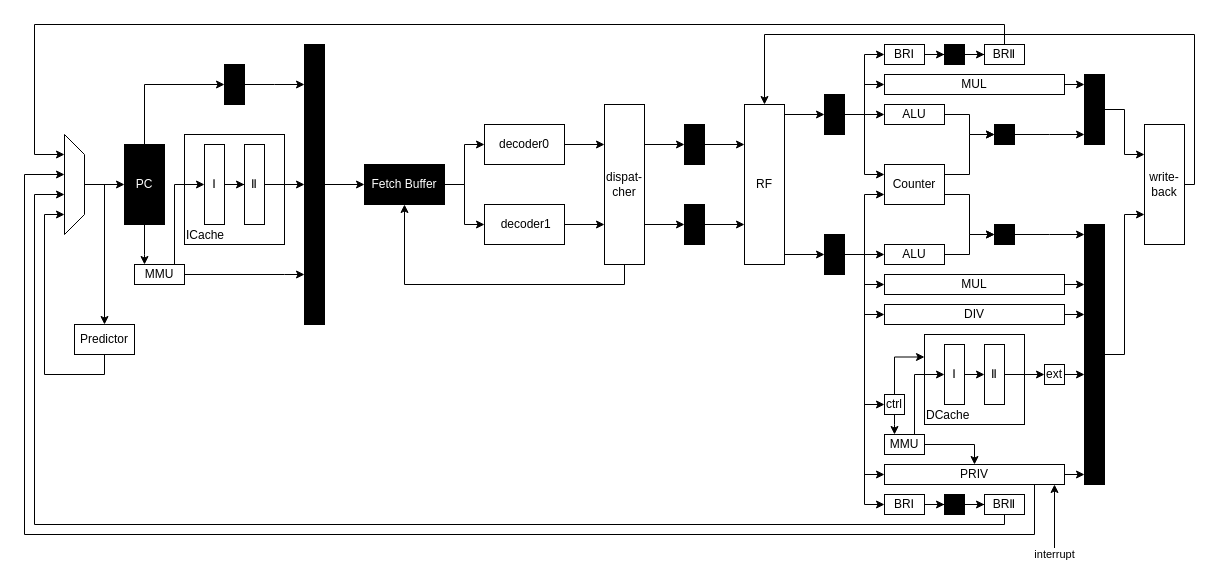
Earlier version of the draw.io diagram 未命名绘图4.drawio (caochenrui/Draw.io). Source tidied: cells renumbered, new cells numbered last; positions are measured from the earlier drawing's top-left corner, leaving out a move shared by most shapes. Both pictures are drawn from the tidied source at 100%, with x=0, y=0 at pixel (24, 24).
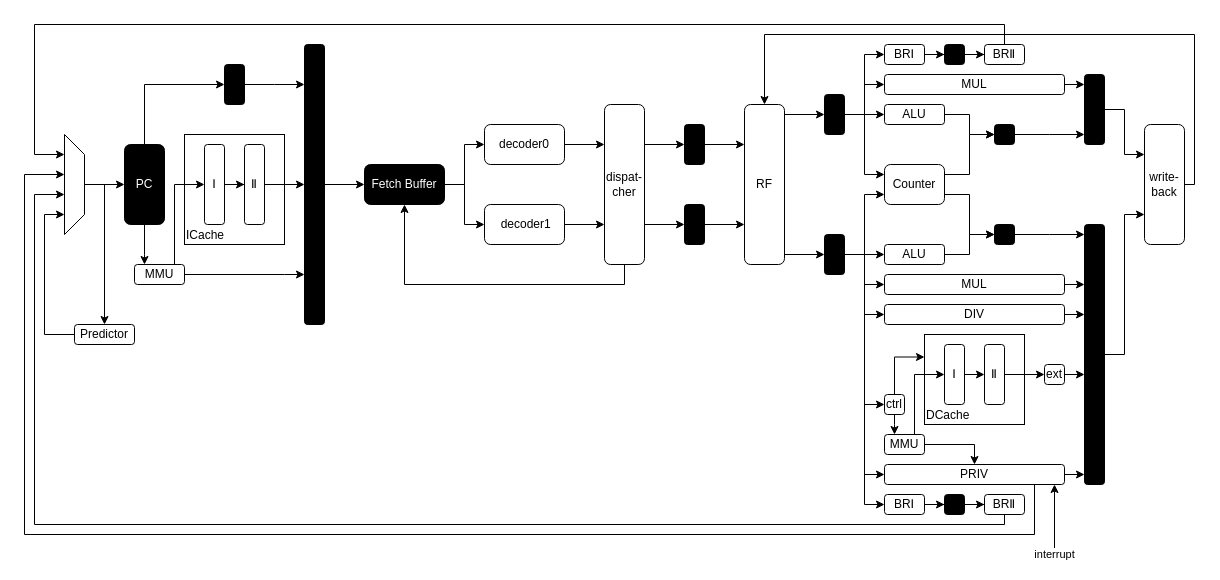
Above is the later version.

Commit message:
更新未命名绘图4.drawio

Change to the diagram source:
```diff
@@
-    <mxCell id="4" value="PC" style="rounded=0;whiteSpace=wrap;html=1;fillColor=#000000;fontColor=#FFFFFF;" parent="1" vertex="1">
+    <mxCell id="4" value="PC" style="rounded=1;whiteSpace=wrap;html=1;fillColor=#000000;fontColor=#FFFFFF;direction=east;glass=0;shadow=0;" parent="1" vertex="1">
       <mxGeometry x="100" y="120" width="40" height="80" as="geometry" />
     </mxCell>
@@
-    <mxCell id="7" value="Ⅰ" style="whiteSpace=wrap;html=1;fillColor=default;fontColor=default;rounded=0;" parent="1" vertex="1">
+    <mxCell id="7" value="Ⅰ" style="whiteSpace=wrap;html=1;fillColor=default;fontColor=default;rounded=1;" parent="1" vertex="1">
       <mxGeometry x="180" y="120" width="20" height="80" as="geometry" />
     </mxCell>
@@
-    <mxCell id="9" value="Ⅱ" style="whiteSpace=wrap;html=1;fillColor=default;fontColor=default;rounded=0;" parent="1" vertex="1">
+    <mxCell id="9" value="Ⅱ" style="whiteSpace=wrap;html=1;fillColor=default;fontColor=default;rounded=1;" parent="1" vertex="1">
       <mxGeometry x="220" y="120" width="20" height="80" as="geometry" />
     </mxCell>
@@
-    <mxCell id="11" style="whiteSpace=wrap;html=1;fillColor=#000000;fontColor=default;rounded=0;" parent="1" vertex="1">
+    <mxCell id="11" style="whiteSpace=wrap;html=1;fillColor=#000000;fontColor=default;rounded=1;" parent="1" vertex="1">
       <mxGeometry x="280" y="20" width="20" height="280" as="geometry" />
     </mxCell>
@@
-    <mxCell id="14" value="Fetch Buffer" style="whiteSpace=wrap;html=1;fillColor=#000000;rounded=0;fontColor=#FFFFFF;" parent="1" vertex="1">
+    <mxCell id="14" value="Fetch Buffer" style="whiteSpace=wrap;html=1;fillColor=#000000;rounded=1;fontColor=#FFFFFF;" parent="1" vertex="1">
       <mxGeometry x="340" y="140" width="80" height="40" as="geometry" />
     </mxCell>
@@
-    <mxCell id="16" value="decoder0" style="rounded=0;whiteSpace=wrap;html=1;" parent="1" vertex="1">
+    <mxCell id="16" value="decoder0" style="rounded=1;whiteSpace=wrap;html=1;" parent="1" vertex="1">
       <mxGeometry x="460" y="100" width="80" height="40" as="geometry" />
     </mxCell>
@@
-    <mxCell id="18" value="&amp;nbsp;decoder1" style="rounded=0;whiteSpace=wrap;html=1;" parent="1" vertex="1">
+    <mxCell id="18" value="&amp;nbsp;decoder1" style="rounded=1;whiteSpace=wrap;html=1;" parent="1" vertex="1">
       <mxGeometry x="460" y="180" width="80" height="40" as="geometry" />
     </mxCell>
@@
-    <mxCell id="22" value="dispat-&lt;br&gt;cher" style="whiteSpace=wrap;html=1;rounded=0;labelPosition=center;verticalLabelPosition=middle;align=center;verticalAlign=middle;" parent="1" vertex="1">
+    <mxCell id="22" value="dispat-&lt;br&gt;cher" style="whiteSpace=wrap;html=1;rounded=1;labelPosition=center;verticalLabelPosition=middle;align=center;verticalAlign=middle;" parent="1" vertex="1">
       <mxGeometry x="580" y="80" width="40" height="160" as="geometry" />
     </mxCell>
@@
-    <mxCell id="24" style="whiteSpace=wrap;html=1;fillColor=#000000;fontColor=default;rounded=0;" parent="1" vertex="1">
+    <mxCell id="24" style="whiteSpace=wrap;html=1;fillColor=#000000;fontColor=default;rounded=1;" parent="1" vertex="1">
       <mxGeometry x="660" y="100" width="20" height="40" as="geometry" />
     </mxCell>
@@
-    <mxCell id="26" style="whiteSpace=wrap;html=1;fillColor=#000000;fontColor=default;rounded=0;" parent="1" vertex="1">
+    <mxCell id="26" style="whiteSpace=wrap;html=1;fillColor=#000000;fontColor=default;rounded=1;" parent="1" vertex="1">
       <mxGeometry x="660" y="180" width="20" height="40" as="geometry" />
     </mxCell>
@@
-    <mxCell id="29" value="RF" style="rounded=0;whiteSpace=wrap;html=1;" parent="1" vertex="1">
+    <mxCell id="29" value="RF" style="rounded=1;whiteSpace=wrap;html=1;" parent="1" vertex="1">
       <mxGeometry x="720" y="80" width="40" height="160" as="geometry" />
     </mxCell>
@@
-    <mxCell id="34" style="whiteSpace=wrap;html=1;fillColor=#000000;fontColor=default;rounded=0;" parent="1" vertex="1">
+    <mxCell id="34" style="whiteSpace=wrap;html=1;fillColor=#000000;fontColor=default;rounded=1;" parent="1" vertex="1">
       <mxGeometry x="800" y="70" width="20" height="40" as="geometry" />
     </mxCell>
@@
-    <mxCell id="42" style="whiteSpace=wrap;html=1;fillColor=#000000;fontColor=default;rounded=0;" parent="1" vertex="1">
+    <mxCell id="42" style="whiteSpace=wrap;html=1;fillColor=#000000;fontColor=default;rounded=1;" parent="1" vertex="1">
       <mxGeometry x="800" y="210" width="20" height="40" as="geometry" />
     </mxCell>
@@
-    <mxCell id="44" value="ALU" style="rounded=0;whiteSpace=wrap;html=1;" parent="1" vertex="1">
+    <mxCell id="44" value="ALU" style="rounded=1;whiteSpace=wrap;html=1;" parent="1" vertex="1">
       <mxGeometry x="860" y="80" width="60" height="20" as="geometry" />
     </mxCell>
@@
-    <mxCell id="46" value="BRⅠ" style="rounded=0;whiteSpace=wrap;html=1;" parent="1" vertex="1">
+    <mxCell id="46" value="BRⅠ" style="rounded=1;whiteSpace=wrap;html=1;" parent="1" vertex="1">
       <mxGeometry x="860" y="20" width="40" height="20" as="geometry" />
     </mxCell>
@@
-    <mxCell id="48" style="whiteSpace=wrap;html=1;fillColor=#000000;fontColor=default;rounded=0;" parent="1" vertex="1">
+    <mxCell id="48" style="whiteSpace=wrap;html=1;fillColor=#000000;fontColor=default;rounded=1;" parent="1" vertex="1">
       <mxGeometry x="970" y="100" width="20" height="20" as="geometry" />
     </mxCell>
@@
-    <mxCell id="50" style="whiteSpace=wrap;html=1;fillColor=#000000;fontColor=default;rounded=0;" parent="1" vertex="1">
+    <mxCell id="50" style="whiteSpace=wrap;html=1;fillColor=#000000;fontColor=default;rounded=1;" parent="1" vertex="1">
       <mxGeometry x="920" y="20" width="20" height="20" as="geometry" />
     </mxCell>
@@
-    <mxCell id="52" value="MUL" style="rounded=0;whiteSpace=wrap;html=1;" parent="1" vertex="1">
+    <mxCell id="52" value="MUL" style="rounded=1;whiteSpace=wrap;html=1;" parent="1" vertex="1">
       <mxGeometry x="860" y="50" width="180" height="20" as="geometry" />
     </mxCell>
@@
-    <mxCell id="54" value="BRⅡ" style="rounded=0;whiteSpace=wrap;html=1;" parent="1" vertex="1">
+    <mxCell id="54" value="BRⅡ" style="rounded=1;whiteSpace=wrap;html=1;" parent="1" vertex="1">
       <mxGeometry x="960" y="20" width="40" height="20" as="geometry" />
     </mxCell>
@@
-    <mxCell id="56" style="whiteSpace=wrap;html=1;fillColor=#000000;fontColor=default;rounded=0;" parent="1" vertex="1">
+    <mxCell id="56" style="whiteSpace=wrap;html=1;fillColor=#000000;fontColor=default;rounded=1;" parent="1" vertex="1">
       <mxGeometry x="1060" y="50" width="20" height="70" as="geometry" />
     </mxCell>
@@
-    <mxCell id="58" value="BRⅠ" style="rounded=0;whiteSpace=wrap;html=1;" parent="1" vertex="1">
+    <mxCell id="58" value="BRⅠ" style="rounded=1;whiteSpace=wrap;html=1;" parent="1" vertex="1">
       <mxGeometry x="860" y="470" width="40" height="20" as="geometry" />
     </mxCell>
@@
-    <mxCell id="60" style="whiteSpace=wrap;html=1;fillColor=#000000;fontColor=default;rounded=0;" parent="1" vertex="1">
+    <mxCell id="60" style="whiteSpace=wrap;html=1;fillColor=#000000;fontColor=default;rounded=1;" parent="1" vertex="1">
       <mxGeometry x="920" y="470" width="20" height="20" as="geometry" />
     </mxCell>
@@
-    <mxCell id="62" value="BRⅡ" style="rounded=0;whiteSpace=wrap;html=1;" parent="1" vertex="1">
+    <mxCell id="62" value="BRⅡ" style="rounded=1;whiteSpace=wrap;html=1;" parent="1" vertex="1">
       <mxGeometry x="960" y="470" width="40" height="20" as="geometry" />
     </mxCell>
@@
-    <mxCell id="64" value="MUL" style="rounded=0;whiteSpace=wrap;html=1;" parent="1" vertex="1">
+    <mxCell id="64" value="MUL" style="rounded=1;whiteSpace=wrap;html=1;" parent="1" vertex="1">
       <mxGeometry x="860" y="250" width="180" height="20" as="geometry" />
     </mxCell>
@@
-    <mxCell id="66" value="DIV" style="rounded=0;whiteSpace=wrap;html=1;" parent="1" vertex="1">
+    <mxCell id="66" value="DIV" style="rounded=1;whiteSpace=wrap;html=1;" parent="1" vertex="1">
       <mxGeometry x="860" y="280" width="180" height="20" as="geometry" />
     </mxCell>
@@
-    <mxCell id="69" value="PRIV" style="rounded=0;whiteSpace=wrap;html=1;" parent="1" vertex="1">
+    <mxCell id="69" value="PRIV" style="rounded=1;whiteSpace=wrap;html=1;" parent="1" vertex="1">
       <mxGeometry x="860" y="440" width="180" height="20" as="geometry" />
     </mxCell>
@@
-    <mxCell id="71" value="ALU" style="rounded=0;whiteSpace=wrap;html=1;" parent="1" vertex="1">
+    <mxCell id="71" value="ALU" style="rounded=1;whiteSpace=wrap;html=1;" parent="1" vertex="1">
       <mxGeometry x="860" y="220" width="60" height="20" as="geometry" />
     </mxCell>
@@
-    <mxCell id="73" style="whiteSpace=wrap;html=1;fillColor=#000000;fontColor=default;rounded=0;" parent="1" vertex="1">
+    <mxCell id="73" style="whiteSpace=wrap;html=1;fillColor=#000000;fontColor=default;rounded=1;" parent="1" vertex="1">
       <mxGeometry x="970" y="200" width="20" height="20" as="geometry" />
     </mxCell>
@@
-    <mxCell id="75" style="whiteSpace=wrap;html=1;fillColor=#000000;fontColor=default;rounded=0;" parent="1" vertex="1">
+    <mxCell id="75" style="whiteSpace=wrap;html=1;fillColor=#000000;fontColor=default;rounded=1;" parent="1" vertex="1">
       <mxGeometry x="1060" y="200" width="20" height="260" as="geometry" />
     </mxCell>
@@
-    <mxCell id="78" value="Counter" style="rounded=0;whiteSpace=wrap;html=1;" parent="1" vertex="1">
+    <mxCell id="78" value="Counter" style="rounded=1;whiteSpace=wrap;html=1;" parent="1" vertex="1">
       <mxGeometry x="860" y="140" width="60" height="40" as="geometry" />
     </mxCell>
@@
-    <mxCell id="82" value="MMU" style="rounded=0;whiteSpace=wrap;html=1;" parent="1" vertex="1">
+    <mxCell id="82" value="MMU" style="rounded=1;whiteSpace=wrap;html=1;" parent="1" vertex="1">
       <mxGeometry x="860" y="410" width="40" height="20" as="geometry" />
     </mxCell>
@@
-    <mxCell id="85" value="ctrl" style="rounded=0;whiteSpace=wrap;html=1;labelPosition=center;verticalLabelPosition=middle;align=center;verticalAlign=middle;" parent="1" vertex="1">
+    <mxCell id="85" value="ctrl" style="rounded=1;whiteSpace=wrap;html=1;labelPosition=center;verticalLabelPosition=middle;align=center;verticalAlign=middle;" parent="1" vertex="1">
       <mxGeometry x="860" y="370" width="20" height="20" as="geometry" />
     </mxCell>
@@
-    <mxCell id="87" style="rounded=0;whiteSpace=wrap;html=1;fillColor=#000000;" parent="1" vertex="1">
+    <mxCell id="87" style="rounded=1;whiteSpace=wrap;html=1;fillColor=#000000;" parent="1" vertex="1">
       <mxGeometry x="200" y="40" width="20" height="40" as="geometry" />
     </mxCell>
@@
-    <mxCell id="89" value="ext" style="rounded=0;whiteSpace=wrap;html=1;labelPosition=center;verticalLabelPosition=middle;align=center;verticalAlign=middle;" parent="1" vertex="1">
+    <mxCell id="89" value="ext" style="rounded=1;whiteSpace=wrap;html=1;labelPosition=center;verticalLabelPosition=middle;align=center;verticalAlign=middle;" parent="1" vertex="1">
       <mxGeometry x="1020" y="340" width="20" height="20" as="geometry" />
     </mxCell>
@@
-    <mxCell id="92" value="MMU" style="rounded=0;whiteSpace=wrap;html=1;" parent="1" vertex="1">
+    <mxCell id="92" value="MMU" style="rounded=1;whiteSpace=wrap;html=1;" parent="1" vertex="1">
       <mxGeometry x="110" y="240" width="50" height="20" as="geometry" />
     </mxCell>
@@
-    <mxCell id="94" value="Ⅰ" style="rounded=0;whiteSpace=wrap;html=1;" parent="1" vertex="1">
+    <mxCell id="94" value="Ⅰ" style="rounded=1;whiteSpace=wrap;html=1;" parent="1" vertex="1">
       <mxGeometry x="920" y="320" width="20" height="60" as="geometry" />
     </mxCell>
@@
-    <mxCell id="96" value="Ⅱ" style="rounded=0;whiteSpace=wrap;html=1;" parent="1" vertex="1">
+    <mxCell id="96" value="Ⅱ" style="rounded=1;whiteSpace=wrap;html=1;" parent="1" vertex="1">
       <mxGeometry x="960" y="320" width="20" height="60" as="geometry" />
     </mxCell>
@@
-    <mxCell id="98" value="write-&lt;br&gt;back" style="rounded=0;whiteSpace=wrap;html=1;" parent="1" vertex="1">
+    <mxCell id="98" value="write-&lt;br&gt;back" style="rounded=1;whiteSpace=wrap;html=1;" parent="1" vertex="1">
       <mxGeometry x="1120" y="100" width="40" height="120" as="geometry" />
     </mxCell>
@@
     <mxCell id="100" style="edgeStyle=orthogonalEdgeStyle;rounded=0;jettySize=auto;html=1;" parent="1" edge="1" source="101">
       <mxGeometry relative="1" as="geometry">
         <mxPoint x="40" y="190" as="targetPoint" />
         <Array as="points">
-          <mxPoint x="80" y="350" />
-          <mxPoint x="20" y="350" />
+          <mxPoint x="20" y="310" />
           <mxPoint x="20" y="190" />
         </Array>
       </mxGeometry>
     </mxCell>
-    <mxCell id="101" value="Predictor" style="rounded=0;whiteSpace=wrap;html=1;" parent="1" vertex="1">
-      <mxGeometry x="50" y="300" width="60" height="30" as="geometry" />
+    <mxCell id="101" value="Predictor" style="rounded=1;whiteSpace=wrap;html=1;" parent="1" vertex="1">
+      <mxGeometry x="50" y="300" width="60" height="20" as="geometry" />
     </mxCell>
@@
-    <mxCell id="104" style="shape=trapezoid;perimeter=trapezoidPerimeter;whiteSpace=wrap;html=1;fixedSize=1;rotation=90;" parent="1" vertex="1">
+    <mxCell id="104" style="shape=trapezoid;perimeter=trapezoidPerimeter;whiteSpace=wrap;html=1;fixedSize=1;rotation=90;rounded=0;" parent="1" vertex="1">
       <mxGeometry y="150" width="100" height="20" as="geometry" />
     </mxCell>
```
